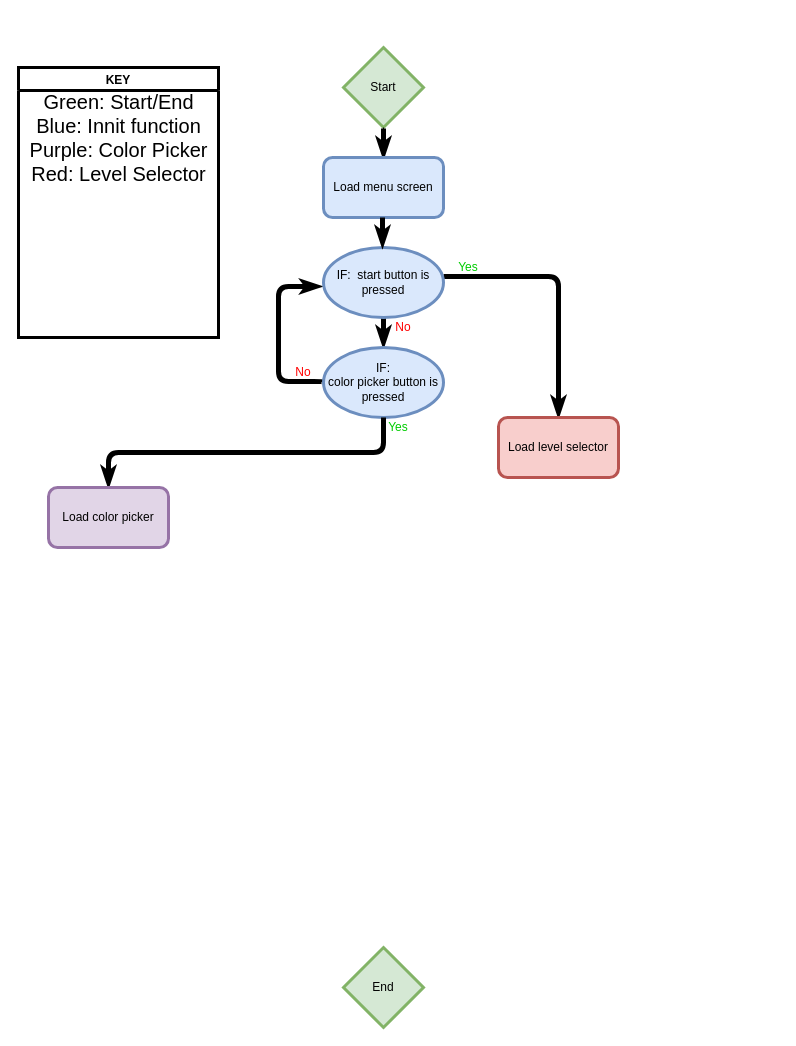
The draw.io diagram adventurePark.drawio in santinx07/adventurePark, before the edit. Source tidied: cells renumbered, new cells numbered last; positions are measured from the earlier drawing's top-left corner, leaving out a move shared by most shapes. Both pictures are drawn from the tidied source at 100%, with x=0, y=0 at pixel (18, 47).
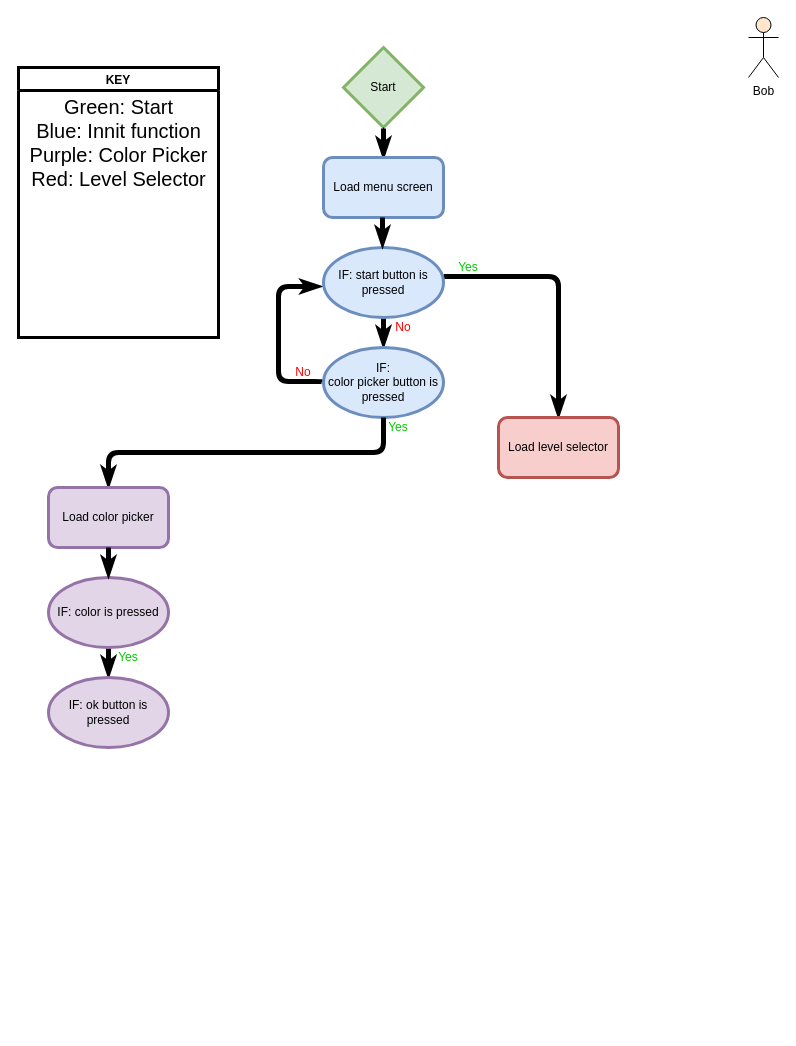
Above is the later version.

The change refers to these unchanged cells:
```xml
<mxCell id="3" value="KEY" style="swimlane;strokeWidth=3;" parent="1" vertex="1">
  <mxGeometry y="20" width="200" height="270" as="geometry" />
</mxCell>
<mxCell id="15" value="Load color picker" style="rounded=1;whiteSpace=wrap;html=1;fillColor=#e1d5e7;strokeColor=#9673a6;strokeWidth=3;" parent="1" vertex="1">
  <mxGeometry x="30" y="440" width="120" height="60" as="geometry" />
</mxCell>
```

The edit, as a diff of the source:
```diff
@@
-    <mxCell id="4" value="&lt;font style=&quot;font-size: 20px&quot;&gt;Green: Start/End&lt;br&gt;Blue: Innit function&lt;br&gt;Purple: Color Picker&lt;br&gt;Red: Level Selector&lt;br&gt;&lt;/font&gt;" style="text;html=1;align=center;verticalAlign=middle;strokeColor=none;fillColor=none;" parent="3" vertex="1">
-      <mxGeometry x="5" y="35" width="190" height="70" as="geometry" />
+    <mxCell id="4" value="&lt;font style=&quot;font-size: 20px&quot;&gt;Green: Start&lt;br&gt;Blue: Innit function&lt;br&gt;Purple: Color Picker&lt;br&gt;Red: Level Selector&lt;br&gt;&lt;/font&gt;" style="text;html=1;align=center;verticalAlign=middle;strokeColor=none;fillColor=none;" parent="3" vertex="1">
+      <mxGeometry x="5" y="40" width="190" height="70" as="geometry" />
     </mxCell>
-    <mxCell id="5" value="End" style="rhombus;whiteSpace=wrap;html=1;strokeWidth=3;fillColor=#d5e8d4;strokeColor=#82b366;" parent="1" vertex="1">
-      <mxGeometry x="325" y="900" width="80" height="80" as="geometry" />
-    </mxCell>
@@
-    <mxCell id="11" value="&lt;span&gt;IF:&amp;nbsp; start button is pressed&lt;/span&gt;" style="ellipse;whiteSpace=wrap;html=1;fillColor=#dae8fc;strokeColor=#6c8ebf;strokeWidth=3;" parent="1" vertex="1">
+    <mxCell id="11" value="&lt;span&gt;IF: start button is pressed&lt;/span&gt;" style="ellipse;whiteSpace=wrap;html=1;fillColor=#dae8fc;strokeColor=#6c8ebf;strokeWidth=3;" parent="1" vertex="1">
       <mxGeometry x="305" y="200" width="120" height="70" as="geometry" />
     </mxCell>
@@
+    <mxCell id="22" style="edgeStyle=orthogonalEdgeStyle;rounded=0;jettySize=auto;html=1;startArrow=none;startFill=0;strokeWidth=5;endArrow=classicThin;endFill=1;" parent="1" edge="1" source="23">
+      <mxGeometry relative="1" as="geometry">
+        <mxPoint x="90" y="630" as="targetPoint" />
+      </mxGeometry>
+    </mxCell>
+    <mxCell id="23" value="&lt;span&gt;IF: color is pressed&lt;br&gt;&lt;/span&gt;" style="ellipse;whiteSpace=wrap;html=1;fillColor=#e1d5e7;strokeColor=#9673a6;strokeWidth=3;" parent="1" vertex="1">
+      <mxGeometry x="30" y="530" width="120" height="70" as="geometry" />
+    </mxCell>
+    <mxCell id="24" style="endArrow=none;html=1;entryX=0.5;entryY=1;entryDx=0;entryDy=0;exitX=0.5;exitY=0;exitDx=0;exitDy=0;startArrow=classicThin;startFill=1;strokeWidth=5;" parent="1" edge="1" source="23" target="15">
+      <mxGeometry relative="1" as="geometry" />
+    </mxCell>
+    <mxCell id="25" value="Bob" style="shape=umlActor;verticalLabelPosition=bottom;verticalAlign=top;html=1;fillColor=#ffe6cc;" parent="1" vertex="1">
+      <mxGeometry x="730" y="-30" width="30" height="60" as="geometry" />
+    </mxCell>
+    <mxCell id="26" value="&lt;span&gt;IF: ok button is pressed&lt;br&gt;&lt;/span&gt;" style="ellipse;whiteSpace=wrap;html=1;fillColor=#e1d5e7;strokeColor=#9673a6;strokeWidth=3;" parent="1" vertex="1">
+      <mxGeometry x="30" y="630" width="120" height="70" as="geometry" />
+    </mxCell>
+    <mxCell id="27" value="&lt;font color=&quot;#00cc00&quot;&gt;Yes&lt;/font&gt;" style="text;html=1;strokeColor=none;fillColor=none;align=center;verticalAlign=middle;whiteSpace=wrap;rounded=0;" parent="1" vertex="1">
+      <mxGeometry x="90" y="600" width="40" height="20" as="geometry" />
+    </mxCell>
```
